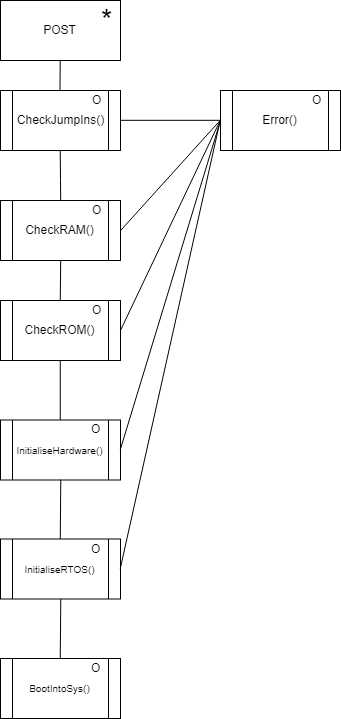
Above: docs/BPM/Designs/Low Level/POST-low.png in HarrisonJM/EmbeddedSystemsDevelopment (draw.io), before the change. Source tidied: cells renumbered, new cells last; positions are measured from the earlier drawing's top-left corner, leaving out a move shared by most shapes.
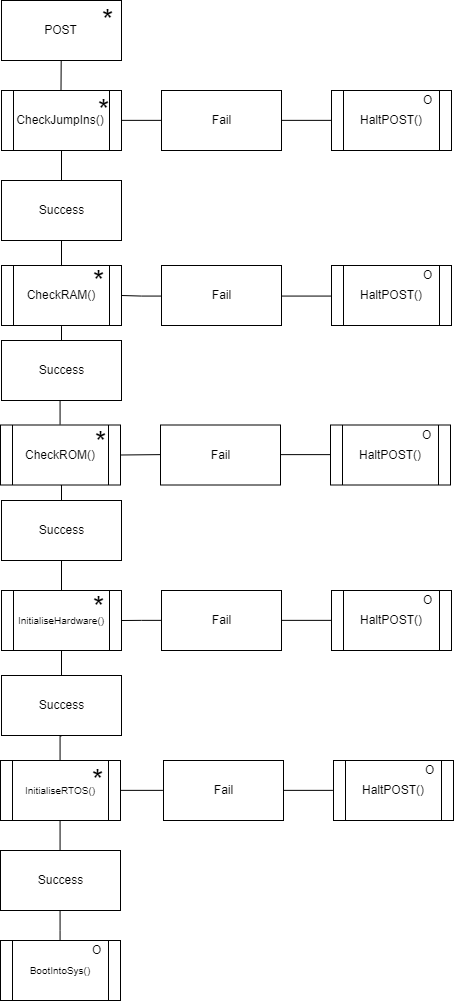
After the commit.

What changed in the source:
```diff
@@ -5,11 +5,6 @@
     <mxCell id="2" value="POST" style="rounded=0;whiteSpace=wrap;html=1;" parent="1" vertex="1">
       <mxGeometry width="120" height="60" as="geometry" />
     </mxCell>
-    <mxCell id="3" style="edgeStyle=none;rounded=0;html=1;exitX=0.5;exitY=1;endArrow=none;endFill=0;jettySize=auto;entryX=0.5;entryY=0;entryDx=0;entryDy=0;" parent="1" edge="1" target="8">
-      <mxGeometry relative="1" as="geometry">
-        <mxPoint x="60.2" y="260" as="sourcePoint" />
-      </mxGeometry>
-    </mxCell>
     <mxCell id="4" value="&lt;font style=&quot;font-size: 29px&quot;&gt;*&lt;/font&gt;" style="text;html=1;align=left;verticalAlign=top;spacingTop=-4;" parent="1" vertex="1">
       <mxGeometry x="99" width="30" height="20" as="geometry" />
     </mxCell>
@@ -21,21 +16,24 @@
         </Array>
       </mxGeometry>
     </mxCell>
+    <mxCell id="29" style="edgeStyle=orthogonalEdgeStyle;rounded=0;jettySize=auto;html=1;exitX=1;exitY=0.5;exitDx=0;exitDy=0;entryX=0;entryY=0.5;entryDx=0;entryDy=0;endArrow=none;endFill=0;" parent="1" edge="1" source="6" target="35">
+      <mxGeometry relative="1" as="geometry" />
+    </mxCell>
     <mxCell id="6" value="CheckJumpIns()&lt;br&gt;" style="shape=process;whiteSpace=wrap;html=1;backgroundOutline=1;" parent="1" vertex="1">
       <mxGeometry y="90" width="120" height="60" as="geometry" />
     </mxCell>
-    <mxCell id="7" style="edgeStyle=none;rounded=0;html=1;exitX=0.5;exitY=1;endArrow=none;endFill=0;jettySize=auto;entryX=0.5;entryY=0;entryDx=0;entryDy=0;" parent="1" edge="1" source="8" target="9">
-      <mxGeometry relative="1" as="geometry" />
-    </mxCell>
+    <mxCell id="30" style="edgeStyle=orthogonalEdgeStyle;rounded=0;jettySize=auto;html=1;exitX=0.5;exitY=1;exitDx=0;exitDy=0;entryX=0.5;entryY=0;entryDx=0;entryDy=0;endArrow=none;endFill=0;" parent="1" edge="1" source="8" target="48">
+      <mxGeometry relative="1" as="geometry" />
+    </mxCell>
     <mxCell id="8" value="CheckROM()&lt;br&gt;" style="shape=process;whiteSpace=wrap;html=1;backgroundOutline=1;" parent="1" vertex="1">
-      <mxGeometry y="300" width="120" height="60" as="geometry" />
+      <mxGeometry x="-1" y="424.5" width="120" height="60" as="geometry" />
     </mxCell>
+    <mxCell id="31" style="edgeStyle=orthogonalEdgeStyle;rounded=0;jettySize=auto;html=1;exitX=0.5;exitY=1;exitDx=0;exitDy=0;endArrow=none;endFill=0;" parent="1" edge="1" source="9" target="50">
+      <mxGeometry relative="1" as="geometry" />
+    </mxCell>
     <mxCell id="9" value="&lt;font style=&quot;font-size: 10px&quot;&gt;InitialiseHardware()&lt;/font&gt;&lt;br&gt;" style="shape=process;whiteSpace=wrap;html=1;backgroundOutline=1;" parent="1" vertex="1">
-      <mxGeometry y="419.5" width="120" height="60" as="geometry" />
+      <mxGeometry y="590" width="120" height="60" as="geometry" />
     </mxCell>
-    <mxCell id="10" value="O" style="text;html=1;align=left;verticalAlign=top;spacingTop=-4;" parent="1" vertex="1">
-      <mxGeometry x="89" y="419.5" width="20" height="20" as="geometry" />
-    </mxCell>
     <mxCell id="11" style="edgeStyle=none;rounded=0;html=1;exitX=0.5;exitY=1;endArrow=none;endFill=0;jettySize=auto;orthogonalLoop=1;" parent="1" edge="1">
       <mxGeometry relative="1" as="geometry">
         <mxPoint x="59.7" y="60" as="sourcePoint" />
@@ -45,62 +43,146 @@
         </Array>
       </mxGeometry>
     </mxCell>
-    <mxCell id="12" value="O" style="text;html=1;align=left;verticalAlign=top;spacingTop=-4;" parent="1" vertex="1">
-      <mxGeometry x="90" y="90" width="20" height="20" as="geometry" />
-    </mxCell>
+    <mxCell id="32" style="edgeStyle=orthogonalEdgeStyle;rounded=0;jettySize=auto;html=1;exitX=0.5;exitY=1;exitDx=0;exitDy=0;entryX=0.5;entryY=0;entryDx=0;entryDy=0;endArrow=none;endFill=0;" parent="1" edge="1" source="13" target="46">
+      <mxGeometry relative="1" as="geometry" />
+    </mxCell>
     <mxCell id="13" value="CheckRAM()&lt;br&gt;" style="shape=process;whiteSpace=wrap;html=1;backgroundOutline=1;" parent="1" vertex="1">
-      <mxGeometry y="200" width="120" height="60" as="geometry" />
+      <mxGeometry y="265" width="120" height="60" as="geometry" />
     </mxCell>
-    <mxCell id="14" value="O" style="text;html=1;align=left;verticalAlign=top;spacingTop=-4;" parent="1" vertex="1">
-      <mxGeometry x="90" y="200" width="20" height="20" as="geometry" />
-    </mxCell>
-    <mxCell id="15" value="O" style="text;html=1;align=left;verticalAlign=top;spacingTop=-4;" parent="1" vertex="1">
-      <mxGeometry x="90" y="300" width="20" height="20" as="geometry" />
-    </mxCell>
-    <mxCell id="16" style="edgeStyle=none;rounded=0;html=1;exitX=0.5;exitY=1;endArrow=none;endFill=0;jettySize=auto;entryX=0.5;entryY=0;entryDx=0;entryDy=0;" parent="1" edge="1" target="17">
-      <mxGeometry relative="1" as="geometry">
-        <mxPoint x="60.3" y="479.1" as="sourcePoint" />
-      </mxGeometry>
-    </mxCell>
+    <mxCell id="33" style="edgeStyle=orthogonalEdgeStyle;rounded=0;jettySize=auto;html=1;exitX=0.5;exitY=1;exitDx=0;exitDy=0;entryX=0.5;entryY=0;entryDx=0;entryDy=0;endArrow=none;endFill=0;" parent="1" edge="1" source="17" target="52">
+      <mxGeometry relative="1" as="geometry" />
+    </mxCell>
     <mxCell id="17" value="&lt;font style=&quot;font-size: 10px&quot;&gt;InitialiseRTOS()&lt;/font&gt;&lt;br&gt;" style="shape=process;whiteSpace=wrap;html=1;backgroundOutline=1;" parent="1" vertex="1">
-      <mxGeometry y="538.5" width="120" height="60" as="geometry" />
+      <mxGeometry x="-1" y="760" width="120" height="60" as="geometry" />
     </mxCell>
-    <mxCell id="18" value="O" style="text;html=1;align=left;verticalAlign=top;spacingTop=-4;" parent="1" vertex="1">
-      <mxGeometry x="89" y="538.5" width="20" height="20" as="geometry" />
-    </mxCell>
-    <mxCell id="19" style="edgeStyle=none;rounded=0;html=1;exitX=0.5;exitY=1;endArrow=none;endFill=0;jettySize=auto;entryX=0.5;entryY=0;entryDx=0;entryDy=0;" parent="1" edge="1" target="20">
-      <mxGeometry relative="1" as="geometry">
-        <mxPoint x="60.3" y="598.6" as="sourcePoint" />
-      </mxGeometry>
-    </mxCell>
     <mxCell id="20" value="&lt;font style=&quot;font-size: 10px&quot;&gt;BootIntoSys()&lt;/font&gt;&lt;br&gt;" style="shape=process;whiteSpace=wrap;html=1;backgroundOutline=1;" parent="1" vertex="1">
-      <mxGeometry y="658" width="120" height="60" as="geometry" />
+      <mxGeometry x="-1" y="940" width="120" height="60" as="geometry" />
     </mxCell>
     <mxCell id="21" value="O" style="text;html=1;align=left;verticalAlign=top;spacingTop=-4;" parent="1" vertex="1">
-      <mxGeometry x="89" y="658" width="20" height="20" as="geometry" />
+      <mxGeometry x="89" y="939.5" width="20" height="20" as="geometry" />
     </mxCell>
-    <mxCell id="22" value="Error()&lt;br&gt;" style="shape=process;whiteSpace=wrap;html=1;backgroundOutline=1;" parent="1" vertex="1">
-      <mxGeometry x="220" y="90" width="120" height="60" as="geometry" />
+    <mxCell id="22" value="HaltPOST()&lt;br&gt;" style="shape=process;whiteSpace=wrap;html=1;backgroundOutline=1;" parent="1" vertex="1">
+      <mxGeometry x="330" y="90" width="120" height="60" as="geometry" />
     </mxCell>
-    <mxCell id="23" value="O" style="text;html=1;align=left;verticalAlign=top;spacingTop=-4;" parent="1" vertex="1">
-      <mxGeometry x="310" y="90" width="20" height="20" as="geometry" />
-    </mxCell>
-    <mxCell id="24" style="edgeStyle=none;rounded=0;html=1;exitX=0;exitY=0.5;entryX=1;entryY=0.5;endArrow=none;endFill=0;jettySize=auto;exitDx=0;exitDy=0;entryDx=0;entryDy=0;" parent="1" edge="1" source="22" target="6">
-      <mxGeometry relative="1" as="geometry" />
-    </mxCell>
-    <mxCell id="25" style="edgeStyle=none;rounded=0;html=1;exitX=0;exitY=0.5;entryX=1;entryY=0.5;endArrow=none;endFill=0;jettySize=auto;exitDx=0;exitDy=0;entryDx=0;entryDy=0;" parent="1" edge="1" source="22" target="13">
-      <mxGeometry relative="1" as="geometry" />
-    </mxCell>
-    <mxCell id="26" style="edgeStyle=none;rounded=0;html=1;exitX=0;exitY=0.5;entryX=1;entryY=0.5;endArrow=none;endFill=0;jettySize=auto;exitDx=0;exitDy=0;entryDx=0;entryDy=0;" parent="1" edge="1" source="22" target="8">
-      <mxGeometry relative="1" as="geometry" />
-    </mxCell>
-    <mxCell id="27" style="edgeStyle=none;rounded=0;html=1;entryX=1;entryY=0.5;endArrow=none;endFill=0;jettySize=auto;entryDx=0;entryDy=0;" parent="1" edge="1" target="9">
-      <mxGeometry relative="1" as="geometry">
-        <mxPoint x="220" y="120" as="sourcePoint" />
-      </mxGeometry>
-    </mxCell>
-    <mxCell id="28" style="edgeStyle=none;rounded=0;html=1;exitX=0;exitY=0.5;entryX=1;entryY=0.5;endArrow=none;endFill=0;jettySize=auto;exitDx=0;exitDy=0;entryDx=0;entryDy=0;" parent="1" edge="1" source="22" target="17">
-      <mxGeometry relative="1" as="geometry" />
-    </mxCell>
+    <mxCell id="34" style="edgeStyle=orthogonalEdgeStyle;rounded=0;jettySize=auto;html=1;exitX=1;exitY=0.5;exitDx=0;exitDy=0;entryX=0;entryY=0.5;entryDx=0;entryDy=0;endArrow=none;endFill=0;" parent="1" edge="1" source="35" target="22">
+      <mxGeometry relative="1" as="geometry" />
+    </mxCell>
+    <mxCell id="35" value="Fail" style="rounded=0;whiteSpace=wrap;html=1;" parent="1" vertex="1">
+      <mxGeometry x="160" y="90" width="120" height="60" as="geometry" />
+    </mxCell>
+    <mxCell id="36" value="&lt;font style=&quot;font-size: 29px&quot;&gt;*&lt;/font&gt;" style="text;html=1;align=left;verticalAlign=top;spacingTop=-4;" parent="1" vertex="1">
+      <mxGeometry x="95" y="90" width="30" height="20" as="geometry" />
+    </mxCell>
+    <mxCell id="37" style="edgeStyle=orthogonalEdgeStyle;rounded=0;jettySize=auto;html=1;exitX=0.5;exitY=1;exitDx=0;exitDy=0;entryX=0.5;entryY=0;entryDx=0;entryDy=0;endArrow=none;endFill=0;" parent="1" edge="1" source="38" target="13">
+      <mxGeometry relative="1" as="geometry" />
+    </mxCell>
+    <mxCell id="38" value="Success" style="rounded=0;whiteSpace=wrap;html=1;" parent="1" vertex="1">
+      <mxGeometry y="180" width="120" height="60" as="geometry" />
+    </mxCell>
+    <mxCell id="39" value="O" style="text;html=1;align=left;verticalAlign=top;spacingTop=-4;" parent="1" vertex="1">
+      <mxGeometry x="420" y="90" width="20" height="20" as="geometry" />
+    </mxCell>
+    <mxCell id="40" style="edgeStyle=orthogonalEdgeStyle;rounded=0;jettySize=auto;html=1;exitX=1;exitY=0.5;exitDx=0;exitDy=0;entryX=0;entryY=0.5;entryDx=0;entryDy=0;endArrow=none;endFill=0;" parent="1" edge="1" target="43">
+      <mxGeometry relative="1" as="geometry">
+        <mxPoint x="120" y="295" as="sourcePoint" />
+      </mxGeometry>
+    </mxCell>
+    <mxCell id="41" value="HaltPOST()&lt;br&gt;" style="shape=process;whiteSpace=wrap;html=1;backgroundOutline=1;" parent="1" vertex="1">
+      <mxGeometry x="330" y="265" width="120" height="60" as="geometry" />
+    </mxCell>
+    <mxCell id="42" style="edgeStyle=orthogonalEdgeStyle;rounded=0;jettySize=auto;html=1;exitX=1;exitY=0.5;exitDx=0;exitDy=0;entryX=0;entryY=0.5;entryDx=0;entryDy=0;endArrow=none;endFill=0;" parent="1" edge="1" source="43" target="41">
+      <mxGeometry relative="1" as="geometry" />
+    </mxCell>
+    <mxCell id="43" value="Fail" style="rounded=0;whiteSpace=wrap;html=1;" parent="1" vertex="1">
+      <mxGeometry x="160" y="265" width="120" height="60" as="geometry" />
+    </mxCell>
+    <mxCell id="44" value="O" style="text;html=1;align=left;verticalAlign=top;spacingTop=-4;" parent="1" vertex="1">
+      <mxGeometry x="420" y="265" width="20" height="20" as="geometry" />
+    </mxCell>
+    <mxCell id="45" style="edgeStyle=orthogonalEdgeStyle;rounded=0;jettySize=auto;html=1;exitX=0.5;exitY=1;exitDx=0;exitDy=0;entryX=0.5;entryY=0;entryDx=0;entryDy=0;endArrow=none;endFill=0;" parent="1" edge="1" source="46" target="8">
+      <mxGeometry relative="1" as="geometry" />
+    </mxCell>
+    <mxCell id="46" value="Success" style="rounded=0;whiteSpace=wrap;html=1;" parent="1" vertex="1">
+      <mxGeometry y="340" width="120" height="60" as="geometry" />
+    </mxCell>
+    <mxCell id="47" style="edgeStyle=orthogonalEdgeStyle;rounded=0;jettySize=auto;html=1;exitX=0.5;exitY=1;exitDx=0;exitDy=0;entryX=0.5;entryY=0;entryDx=0;entryDy=0;endArrow=none;endFill=0;" parent="1" edge="1" source="48" target="9">
+      <mxGeometry relative="1" as="geometry" />
+    </mxCell>
+    <mxCell id="48" value="Success" style="rounded=0;whiteSpace=wrap;html=1;" parent="1" vertex="1">
+      <mxGeometry y="500" width="120" height="60" as="geometry" />
+    </mxCell>
+    <mxCell id="49" style="edgeStyle=orthogonalEdgeStyle;rounded=0;jettySize=auto;html=1;exitX=0.5;exitY=1;exitDx=0;exitDy=0;entryX=0.5;entryY=0;entryDx=0;entryDy=0;endArrow=none;endFill=0;" parent="1" edge="1" source="50" target="17">
+      <mxGeometry relative="1" as="geometry" />
+    </mxCell>
+    <mxCell id="50" value="Success" style="rounded=0;whiteSpace=wrap;html=1;" parent="1" vertex="1">
+      <mxGeometry y="675" width="120" height="60" as="geometry" />
+    </mxCell>
+    <mxCell id="51" style="edgeStyle=orthogonalEdgeStyle;rounded=0;jettySize=auto;html=1;exitX=0.5;exitY=1;exitDx=0;exitDy=0;endArrow=none;endFill=0;" parent="1" edge="1" source="52" target="20">
+      <mxGeometry relative="1" as="geometry" />
+    </mxCell>
+    <mxCell id="52" value="Success" style="rounded=0;whiteSpace=wrap;html=1;" parent="1" vertex="1">
+      <mxGeometry x="-1" y="850" width="120" height="60" as="geometry" />
+    </mxCell>
+    <mxCell id="53" value="&lt;font style=&quot;font-size: 29px&quot;&gt;*&lt;/font&gt;" style="text;html=1;align=left;verticalAlign=top;spacingTop=-4;" parent="1" vertex="1">
+      <mxGeometry x="90" y="261" width="30" height="20" as="geometry" />
+    </mxCell>
+    <mxCell id="54" value="&lt;font style=&quot;font-size: 29px&quot;&gt;*&lt;/font&gt;" style="text;html=1;align=left;verticalAlign=top;spacingTop=-4;" parent="1" vertex="1">
+      <mxGeometry x="92" y="422.5" width="30" height="20" as="geometry" />
+    </mxCell>
+    <mxCell id="55" value="&lt;font style=&quot;font-size: 29px&quot;&gt;*&lt;/font&gt;" style="text;html=1;align=left;verticalAlign=top;spacingTop=-4;" parent="1" vertex="1">
+      <mxGeometry x="90" y="587" width="30" height="20" as="geometry" />
+    </mxCell>
+    <mxCell id="56" value="&lt;font style=&quot;font-size: 29px&quot;&gt;*&lt;/font&gt;" style="text;html=1;align=left;verticalAlign=top;spacingTop=-4;" parent="1" vertex="1">
+      <mxGeometry x="89" y="760" width="30" height="20" as="geometry" />
+    </mxCell>
+    <mxCell id="57" style="edgeStyle=orthogonalEdgeStyle;rounded=0;jettySize=auto;html=1;exitX=1;exitY=0.5;exitDx=0;exitDy=0;entryX=0;entryY=0.5;entryDx=0;entryDy=0;endArrow=none;endFill=0;" parent="1" edge="1" target="60">
+      <mxGeometry relative="1" as="geometry">
+        <mxPoint x="119" y="454.5" as="sourcePoint" />
+      </mxGeometry>
+    </mxCell>
+    <mxCell id="58" value="HaltPOST()&lt;br&gt;" style="shape=process;whiteSpace=wrap;html=1;backgroundOutline=1;" parent="1" vertex="1">
+      <mxGeometry x="329" y="424.5" width="120" height="60" as="geometry" />
+    </mxCell>
+    <mxCell id="59" style="edgeStyle=orthogonalEdgeStyle;rounded=0;jettySize=auto;html=1;exitX=1;exitY=0.5;exitDx=0;exitDy=0;entryX=0;entryY=0.5;entryDx=0;entryDy=0;endArrow=none;endFill=0;" parent="1" edge="1" source="60" target="58">
+      <mxGeometry relative="1" as="geometry" />
+    </mxCell>
+    <mxCell id="60" value="Fail" style="rounded=0;whiteSpace=wrap;html=1;" parent="1" vertex="1">
+      <mxGeometry x="159" y="424.5" width="120" height="60" as="geometry" />
+    </mxCell>
+    <mxCell id="61" value="O" style="text;html=1;align=left;verticalAlign=top;spacingTop=-4;" parent="1" vertex="1">
+      <mxGeometry x="419" y="424.5" width="20" height="20" as="geometry" />
+    </mxCell>
+    <mxCell id="62" style="edgeStyle=orthogonalEdgeStyle;rounded=0;jettySize=auto;html=1;exitX=1;exitY=0.5;exitDx=0;exitDy=0;entryX=0;entryY=0.5;entryDx=0;entryDy=0;endArrow=none;endFill=0;" parent="1" edge="1" target="65">
+      <mxGeometry relative="1" as="geometry">
+        <mxPoint x="120" y="620" as="sourcePoint" />
+      </mxGeometry>
+    </mxCell>
+    <mxCell id="63" value="HaltPOST()&lt;br&gt;" style="shape=process;whiteSpace=wrap;html=1;backgroundOutline=1;" parent="1" vertex="1">
+      <mxGeometry x="330" y="590" width="120" height="60" as="geometry" />
+    </mxCell>
+    <mxCell id="64" style="edgeStyle=orthogonalEdgeStyle;rounded=0;jettySize=auto;html=1;exitX=1;exitY=0.5;exitDx=0;exitDy=0;entryX=0;entryY=0.5;entryDx=0;entryDy=0;endArrow=none;endFill=0;" parent="1" edge="1" source="65" target="63">
+      <mxGeometry relative="1" as="geometry" />
+    </mxCell>
+    <mxCell id="65" value="Fail" style="rounded=0;whiteSpace=wrap;html=1;" parent="1" vertex="1">
+      <mxGeometry x="160" y="590" width="120" height="60" as="geometry" />
+    </mxCell>
+    <mxCell id="66" value="O" style="text;html=1;align=left;verticalAlign=top;spacingTop=-4;" parent="1" vertex="1">
+      <mxGeometry x="420" y="590" width="20" height="20" as="geometry" />
+    </mxCell>
+    <mxCell id="67" value="HaltPOST()&lt;br&gt;" style="shape=process;whiteSpace=wrap;html=1;backgroundOutline=1;" parent="1" vertex="1">
+      <mxGeometry x="332" y="760" width="120" height="60" as="geometry" />
+    </mxCell>
+    <mxCell id="68" style="edgeStyle=orthogonalEdgeStyle;rounded=0;jettySize=auto;html=1;exitX=1;exitY=0.5;exitDx=0;exitDy=0;entryX=0;entryY=0.5;entryDx=0;entryDy=0;endArrow=none;endFill=0;" parent="1" edge="1" source="70" target="67">
+      <mxGeometry relative="1" as="geometry" />
+    </mxCell>
+    <mxCell id="69" style="edgeStyle=orthogonalEdgeStyle;rounded=0;jettySize=auto;html=1;exitX=0;exitY=0.5;exitDx=0;exitDy=0;entryX=1;entryY=0.5;entryDx=0;entryDy=0;endArrow=none;endFill=0;" parent="1" edge="1" source="70" target="17">
+      <mxGeometry relative="1" as="geometry" />
+    </mxCell>
+    <mxCell id="70" value="Fail" style="rounded=0;whiteSpace=wrap;html=1;" parent="1" vertex="1">
+      <mxGeometry x="162" y="760" width="120" height="60" as="geometry" />
+    </mxCell>
+    <mxCell id="71" value="O" style="text;html=1;align=left;verticalAlign=top;spacingTop=-4;" parent="1" vertex="1">
+      <mxGeometry x="422" y="760" width="20" height="20" as="geometry" />
+    </mxCell>
   </root>
 </mxGraphModel>
```
